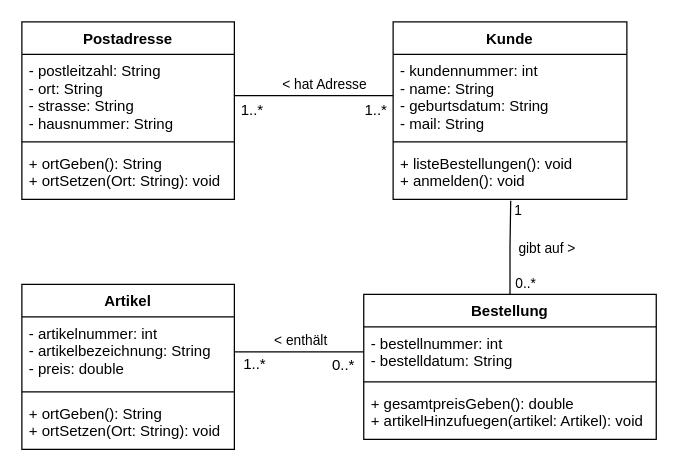
The draw.io diagram page "4.2" (1 of 2) of Softwareentwicklung.drawio in JoernWVSG/diagram, before the edit. Source tidied: cells renumbered, new cells numbered last; positions are measured from the earlier drawing's top-left corner, leaving out a move shared by most shapes. Both pictures are drawn from the tidied source at 125%, with x=0, y=0 at pixel (21, 21).
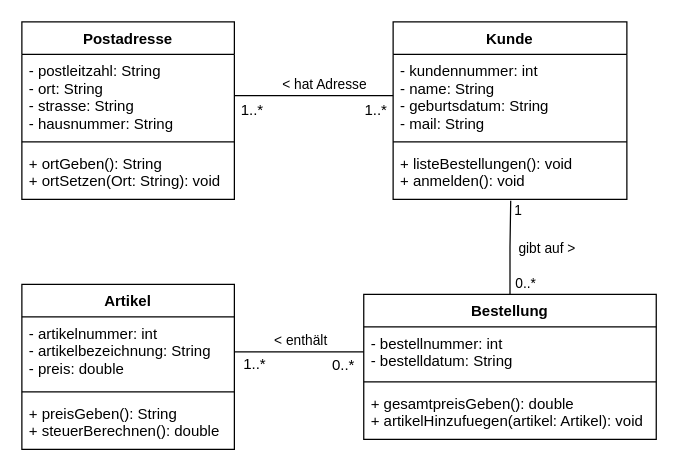
After the change.

The change refers to these unchanged cells:
```xml
<mxCell id="22" value="Artikel" style="swimlane;fontStyle=1;align=center;verticalAlign=top;horizontal=1;startSize=26;" parent="1" vertex="1">
  <mxGeometry y="210" width="170" height="132" as="geometry" />
</mxCell>
```

The edit, as a diff of the source:
```diff
@@
-    <mxCell id="25" value="+ ortGeben(): String&#10;+ ortSetzen(Ort: String): void" style="text;strokeColor=none;fillColor=none;align=left;verticalAlign=top;spacingLeft=4;spacingRight=4;overflow=hidden;" parent="22" vertex="1">
+    <mxCell id="25" value="+ preisGeben(): String&#10;+ steuerBerechnen(): double" style="text;strokeColor=none;fillColor=none;align=left;verticalAlign=top;spacingLeft=4;spacingRight=4;overflow=hidden;" parent="22" vertex="1">
       <mxGeometry y="90" width="170" height="42" as="geometry" />
     </mxCell>
```
